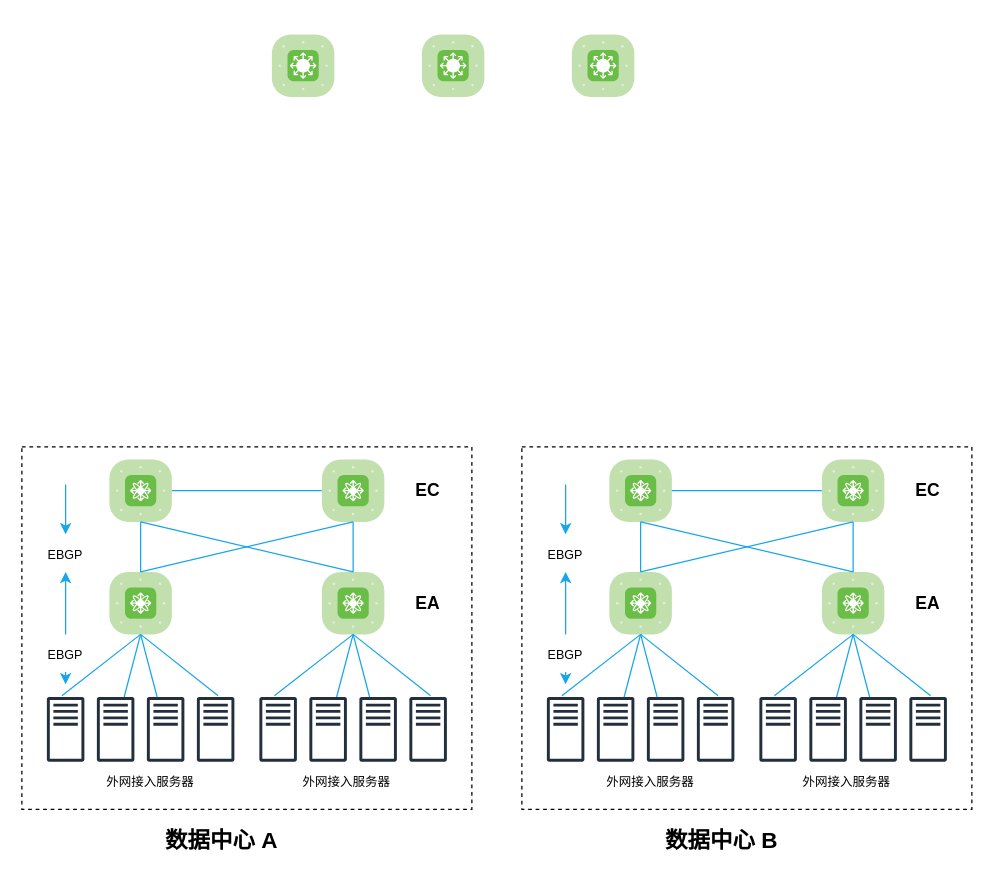
yangxingwu/diagrams4notes keeps this draw.io diagram as internet exchange.drawio. Above is the earlier version. Source tidied: cells renumbered, new cells numbered last; positions are measured from the earlier drawing's top-left corner, leaving out a move shared by most shapes. Both pictures are drawn from the tidied source at 125%, with x=0, y=0 at pixel (21, 34).
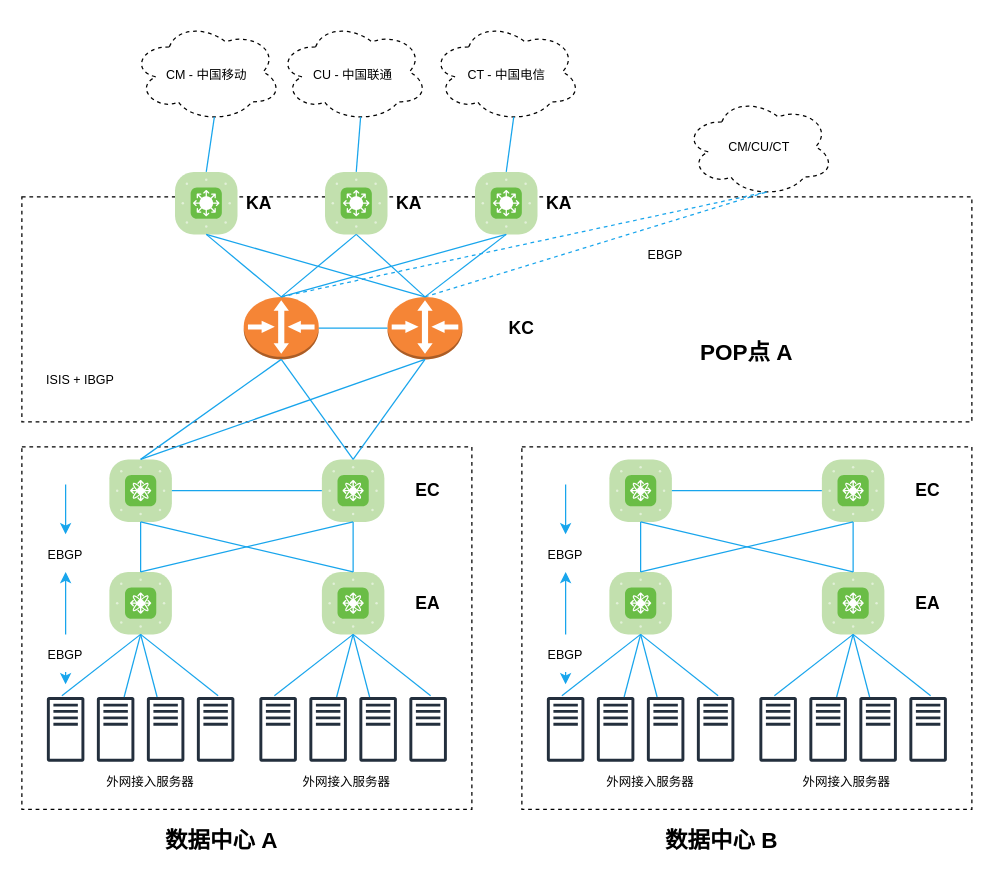
Above is the later version.

Unchanged cells that the change refers to:
```xml
<mxCell id="24" style="verticalLabelPosition=bottom;sketch=0;html=1;fillColor=#6ABD46;strokeColor=#ffffff;verticalAlign=top;align=center;points=[[0.085,0.085,0],[0.915,0.085,0],[0.915,0.915,0],[0.085,0.915,0],[0.25,0,0],[0.5,0,0],[0.75,0,0],[1,0.25,0],[1,0.5,0],[1,0.75,0],[0.75,1,0],[0.5,1,0],[0.25,1,0],[0,0.75,0],[0,0.5,0],[0,0.25,0]];shape=mxgraph.cisco_safe.compositeIcon;bgIcon=mxgraph.cisco_safe.architecture.generic_appliance;resIcon=mxgraph.cisco_safe.architecture.fabric_switch;" parent="1" vertex="1">
  <mxGeometry x="70" y="340" width="50" height="50" as="geometry" />
</mxCell>
<mxCell id="25" style="verticalLabelPosition=bottom;sketch=0;html=1;fillColor=#6ABD46;strokeColor=#ffffff;verticalAlign=top;align=center;points=[[0.085,0.085,0],[0.915,0.085,0],[0.915,0.915,0],[0.085,0.915,0],[0.25,0,0],[0.5,0,0],[0.75,0,0],[1,0.25,0],[1,0.5,0],[1,0.75,0],[0.75,1,0],[0.5,1,0],[0.25,1,0],[0,0.75,0],[0,0.5,0],[0,0.25,0]];shape=mxgraph.cisco_safe.compositeIcon;bgIcon=mxgraph.cisco_safe.architecture.generic_appliance;resIcon=mxgraph.cisco_safe.architecture.fabric_switch;" parent="1" vertex="1">
  <mxGeometry x="240" y="340" width="50" height="50" as="geometry" />
</mxCell>
```

The edit, as a diff of the source:
```diff
@@
+    <mxCell id="81" style="rounded=0;whiteSpace=wrap;html=1;dashed=1;fontSize=18;" parent="1" vertex="1">
+      <mxGeometry y="130" width="760" height="180" as="geometry" />
+    </mxCell>
@@
     <mxCell id="78" style="verticalLabelPosition=bottom;sketch=0;html=1;fillColor=#6ABD46;strokeColor=#ffffff;verticalAlign=top;align=center;points=[[0.085,0.085,0],[0.915,0.085,0],[0.915,0.915,0],[0.085,0.915,0],[0.25,0,0],[0.5,0,0],[0.75,0,0],[1,0.25,0],[1,0.5,0],[1,0.75,0],[0.75,1,0],[0.5,1,0],[0.25,1,0],[0,0.75,0],[0,0.5,0],[0,0.25,0]];shape=mxgraph.cisco_safe.compositeIcon;bgIcon=mxgraph.cisco_safe.architecture.generic_appliance;resIcon=mxgraph.cisco_safe.architecture.l3_switch;rounded=0;dashed=1;fontSize=18;" parent="1" vertex="1">
-      <mxGeometry x="200" width="50" height="50" as="geometry" />
+      <mxGeometry x="122.5" y="110" width="50" height="50" as="geometry" />
     </mxCell>
     <mxCell id="79" style="verticalLabelPosition=bottom;sketch=0;html=1;fillColor=#6ABD46;strokeColor=#ffffff;verticalAlign=top;align=center;points=[[0.085,0.085,0],[0.915,0.085,0],[0.915,0.915,0],[0.085,0.915,0],[0.25,0,0],[0.5,0,0],[0.75,0,0],[1,0.25,0],[1,0.5,0],[1,0.75,0],[0.75,1,0],[0.5,1,0],[0.25,1,0],[0,0.75,0],[0,0.5,0],[0,0.25,0]];shape=mxgraph.cisco_safe.compositeIcon;bgIcon=mxgraph.cisco_safe.architecture.generic_appliance;resIcon=mxgraph.cisco_safe.architecture.l3_switch;rounded=0;dashed=1;fontSize=18;" parent="1" vertex="1">
-      <mxGeometry x="320" width="50" height="50" as="geometry" />
+      <mxGeometry x="242.5" y="110" width="50" height="50" as="geometry" />
     </mxCell>
     <mxCell id="80" style="verticalLabelPosition=bottom;sketch=0;html=1;fillColor=#6ABD46;strokeColor=#ffffff;verticalAlign=top;align=center;points=[[0.085,0.085,0],[0.915,0.085,0],[0.915,0.915,0],[0.085,0.915,0],[0.25,0,0],[0.5,0,0],[0.75,0,0],[1,0.25,0],[1,0.5,0],[1,0.75,0],[0.75,1,0],[0.5,1,0],[0.25,1,0],[0,0.75,0],[0,0.5,0],[0,0.25,0]];shape=mxgraph.cisco_safe.compositeIcon;bgIcon=mxgraph.cisco_safe.architecture.generic_appliance;resIcon=mxgraph.cisco_safe.architecture.l3_switch;rounded=0;dashed=1;fontSize=18;" parent="1" vertex="1">
-      <mxGeometry x="440" width="50" height="50" as="geometry" />
+      <mxGeometry x="362.5" y="110" width="50" height="50" as="geometry" />
     </mxCell>
+    <mxCell id="82" value="&lt;b&gt;&lt;font style=&quot;font-size: 14px;&quot;&gt;KA&lt;/font&gt;&lt;/b&gt;" style="text;html=1;strokeColor=none;fillColor=none;align=center;verticalAlign=middle;whiteSpace=wrap;rounded=0;" parent="1" vertex="1">
+      <mxGeometry x="160" y="120" width="60" height="30" as="geometry" />
+    </mxCell>
+    <mxCell id="83" value="&lt;b&gt;&lt;font style=&quot;font-size: 14px;&quot;&gt;KA&lt;/font&gt;&lt;/b&gt;" style="text;html=1;strokeColor=none;fillColor=none;align=center;verticalAlign=middle;whiteSpace=wrap;rounded=0;" parent="1" vertex="1">
+      <mxGeometry x="280" y="120" width="60" height="30" as="geometry" />
+    </mxCell>
+    <mxCell id="84" value="&lt;b&gt;&lt;font style=&quot;font-size: 14px;&quot;&gt;KA&lt;/font&gt;&lt;/b&gt;" style="text;html=1;strokeColor=none;fillColor=none;align=center;verticalAlign=middle;whiteSpace=wrap;rounded=0;" parent="1" vertex="1">
+      <mxGeometry x="400" y="120" width="60" height="30" as="geometry" />
+    </mxCell>
+    <mxCell id="85" style="outlineConnect=0;dashed=0;verticalLabelPosition=bottom;verticalAlign=top;align=center;html=1;shape=mxgraph.aws3.router;fillColor=#F58536;gradientColor=none;rounded=0;fontSize=18;" parent="1" vertex="1">
+      <mxGeometry x="177.5" y="210" width="60" height="50" as="geometry" />
+    </mxCell>
+    <mxCell id="86" style="outlineConnect=0;dashed=0;verticalLabelPosition=bottom;verticalAlign=top;align=center;html=1;shape=mxgraph.aws3.router;fillColor=#F58536;gradientColor=none;rounded=0;fontSize=18;" parent="1" vertex="1">
+      <mxGeometry x="292.5" y="210" width="60" height="50" as="geometry" />
+    </mxCell>
+    <mxCell id="87" style="endArrow=none;html=1;rounded=0;strokeColor=#18a5ec;fontSize=18;entryX=0.5;entryY=1;entryDx=0;entryDy=0;entryPerimeter=0;exitX=0.5;exitY=0;exitDx=0;exitDy=0;exitPerimeter=0;" parent="1" edge="1" source="85" target="78">
+      <mxGeometry relative="1" as="geometry" />
+    </mxCell>
+    <mxCell id="88" style="endArrow=none;html=1;rounded=0;strokeColor=#18a5ec;fontSize=18;entryX=0.5;entryY=1;entryDx=0;entryDy=0;entryPerimeter=0;exitX=0.5;exitY=0;exitDx=0;exitDy=0;exitPerimeter=0;" parent="1" edge="1" source="86" target="78">
+      <mxGeometry relative="1" as="geometry" />
+    </mxCell>
+    <mxCell id="89" style="endArrow=none;html=1;rounded=0;strokeColor=#18a5ec;fontSize=18;entryX=0.5;entryY=1;entryDx=0;entryDy=0;entryPerimeter=0;exitX=0.5;exitY=0;exitDx=0;exitDy=0;exitPerimeter=0;" parent="1" edge="1" source="85" target="80">
+      <mxGeometry relative="1" as="geometry" />
+    </mxCell>
+    <mxCell id="90" style="endArrow=none;html=1;rounded=0;strokeColor=#18a5ec;fontSize=18;entryX=0.5;entryY=1;entryDx=0;entryDy=0;entryPerimeter=0;exitX=0.5;exitY=0;exitDx=0;exitDy=0;exitPerimeter=0;" parent="1" edge="1" source="85" target="79">
+      <mxGeometry relative="1" as="geometry" />
+    </mxCell>
+    <mxCell id="91" style="endArrow=none;html=1;rounded=0;strokeColor=#18a5ec;fontSize=18;entryX=0.5;entryY=1;entryDx=0;entryDy=0;entryPerimeter=0;" parent="1" edge="1" target="79">
+      <mxGeometry relative="1" as="geometry">
+        <mxPoint x="322.5" y="210" as="sourcePoint" />
+      </mxGeometry>
+    </mxCell>
+    <mxCell id="92" style="endArrow=none;html=1;rounded=0;strokeColor=#18a5ec;fontSize=18;entryX=0.5;entryY=1;entryDx=0;entryDy=0;entryPerimeter=0;" parent="1" edge="1" target="80">
+      <mxGeometry relative="1" as="geometry">
+        <mxPoint x="322.5" y="210" as="sourcePoint" />
+      </mxGeometry>
+    </mxCell>
+    <mxCell id="93" style="endArrow=none;html=1;rounded=0;strokeColor=#18a5ec;fontSize=18;entryX=0;entryY=0.5;entryDx=0;entryDy=0;entryPerimeter=0;exitX=1;exitY=0.5;exitDx=0;exitDy=0;exitPerimeter=0;" parent="1" edge="1" source="85" target="86">
+      <mxGeometry relative="1" as="geometry" />
+    </mxCell>
+    <mxCell id="94" style="endArrow=none;html=1;rounded=0;strokeColor=#18a5ec;fontSize=18;entryX=0.5;entryY=1;entryDx=0;entryDy=0;entryPerimeter=0;exitX=0.5;exitY=0;exitDx=0;exitDy=0;exitPerimeter=0;" parent="1" edge="1" source="24" target="85">
+      <mxGeometry relative="1" as="geometry" />
+    </mxCell>
+    <mxCell id="95" style="endArrow=none;html=1;rounded=0;strokeColor=#18a5ec;fontSize=18;entryX=0.5;entryY=1;entryDx=0;entryDy=0;entryPerimeter=0;exitX=0.5;exitY=0;exitDx=0;exitDy=0;exitPerimeter=0;" parent="1" edge="1" source="25" target="85">
+      <mxGeometry relative="1" as="geometry" />
+    </mxCell>
+    <mxCell id="96" style="endArrow=none;html=1;rounded=0;strokeColor=#18a5ec;fontSize=18;entryX=0.5;entryY=1;entryDx=0;entryDy=0;entryPerimeter=0;exitX=0.5;exitY=0;exitDx=0;exitDy=0;exitPerimeter=0;" parent="1" edge="1" source="25" target="86">
+      <mxGeometry relative="1" as="geometry" />
+    </mxCell>
+    <mxCell id="97" style="endArrow=none;html=1;rounded=0;strokeColor=#18a5ec;fontSize=18;entryX=0.5;entryY=1;entryDx=0;entryDy=0;entryPerimeter=0;exitX=0.5;exitY=0;exitDx=0;exitDy=0;exitPerimeter=0;" parent="1" edge="1" source="24" target="86">
+      <mxGeometry relative="1" as="geometry" />
+    </mxCell>
+    <mxCell id="98" value="&lt;font style=&quot;font-size: 10px;&quot;&gt;ISIS + IBGP&lt;/font&gt;" style="text;html=1;strokeColor=none;fillColor=none;align=center;verticalAlign=middle;whiteSpace=wrap;rounded=0;fontSize=14;" parent="1" vertex="1">
+      <mxGeometry x="12.5" y="260" width="67.5" height="30" as="geometry" />
+    </mxCell>
+    <mxCell id="99" value="&lt;b&gt;&lt;font style=&quot;font-size: 14px;&quot;&gt;KC&lt;/font&gt;&lt;/b&gt;" style="text;html=1;strokeColor=none;fillColor=none;align=center;verticalAlign=middle;whiteSpace=wrap;rounded=0;" parent="1" vertex="1">
+      <mxGeometry x="370" y="220" width="60" height="30" as="geometry" />
+    </mxCell>
+    <mxCell id="100" value="&lt;font style=&quot;font-size: 10px;&quot;&gt;CM - 中国移动&lt;/font&gt;" style="ellipse;shape=cloud;whiteSpace=wrap;html=1;rounded=0;dashed=1;fontSize=18;" parent="1" vertex="1">
+      <mxGeometry x="88" y="-10" width="120" height="80" as="geometry" />
+    </mxCell>
+    <mxCell id="101" value="&lt;font style=&quot;font-size: 10px;&quot;&gt;CU - 中国联通&lt;/font&gt;" style="ellipse;shape=cloud;whiteSpace=wrap;html=1;rounded=0;dashed=1;fontSize=18;" parent="1" vertex="1">
+      <mxGeometry x="205" y="-10" width="120" height="80" as="geometry" />
+    </mxCell>
+    <mxCell id="102" value="&lt;font style=&quot;font-size: 10px;&quot;&gt;CT - 中国电信&lt;/font&gt;" style="ellipse;shape=cloud;whiteSpace=wrap;html=1;rounded=0;dashed=1;fontSize=18;" parent="1" vertex="1">
+      <mxGeometry x="327.5" y="-10" width="120" height="80" as="geometry" />
+    </mxCell>
+    <mxCell id="103" style="endArrow=none;html=1;rounded=0;strokeColor=#18a5ec;fontSize=10;entryX=0.55;entryY=0.95;entryDx=0;entryDy=0;entryPerimeter=0;exitX=0.5;exitY=0;exitDx=0;exitDy=0;exitPerimeter=0;" parent="1" edge="1" source="79" target="101">
+      <mxGeometry relative="1" as="geometry" />
+    </mxCell>
+    <mxCell id="104" style="endArrow=none;html=1;rounded=0;strokeColor=#18a5ec;fontSize=10;entryX=0.55;entryY=0.95;entryDx=0;entryDy=0;entryPerimeter=0;exitX=0.5;exitY=0;exitDx=0;exitDy=0;exitPerimeter=0;" parent="1" edge="1" source="80" target="102">
+      <mxGeometry relative="1" as="geometry" />
+    </mxCell>
+    <mxCell id="105" style="endArrow=none;html=1;rounded=0;strokeColor=#18a5ec;fontSize=10;entryX=0.55;entryY=0.95;entryDx=0;entryDy=0;entryPerimeter=0;exitX=0.5;exitY=0;exitDx=0;exitDy=0;exitPerimeter=0;" parent="1" edge="1" source="78" target="100">
+      <mxGeometry relative="1" as="geometry" />
+    </mxCell>
+    <mxCell id="106" value="CM/CU/CT" style="ellipse;shape=cloud;whiteSpace=wrap;html=1;rounded=0;dashed=1;fontSize=10;" parent="1" vertex="1">
+      <mxGeometry x="530" y="50" width="120" height="80" as="geometry" />
+    </mxCell>
+    <mxCell id="107" style="endArrow=none;html=1;rounded=0;strokeColor=#18a5ec;fontSize=10;entryX=0.55;entryY=0.95;entryDx=0;entryDy=0;entryPerimeter=0;exitX=0.5;exitY=0;exitDx=0;exitDy=0;exitPerimeter=0;dashed=1;" parent="1" edge="1" source="85" target="106">
+      <mxGeometry relative="1" as="geometry" />
+    </mxCell>
+    <mxCell id="108" style="endArrow=none;html=1;rounded=0;dashed=1;strokeColor=#18a5ec;fontSize=10;entryX=0.55;entryY=0.95;entryDx=0;entryDy=0;entryPerimeter=0;exitX=0.5;exitY=0;exitDx=0;exitDy=0;exitPerimeter=0;" parent="1" edge="1" source="86" target="106">
+      <mxGeometry relative="1" as="geometry" />
+    </mxCell>
+    <mxCell id="109" value="&lt;font style=&quot;font-size: 10px;&quot;&gt;EBGP&lt;/font&gt;" style="text;html=1;strokeColor=none;fillColor=none;align=center;verticalAlign=middle;whiteSpace=wrap;rounded=0;fontSize=14;" parent="1" vertex="1">
+      <mxGeometry x="490" y="160" width="50" height="30" as="geometry" />
+    </mxCell>
+    <mxCell id="110" value="&lt;b&gt;&lt;font style=&quot;font-size: 18px;&quot;&gt;POP点 A&lt;/font&gt;&lt;/b&gt;" style="text;html=1;strokeColor=none;fillColor=none;align=center;verticalAlign=middle;whiteSpace=wrap;rounded=0;fontSize=10;" parent="1" vertex="1">
+      <mxGeometry x="510" y="240" width="140" height="30" as="geometry" />
+    </mxCell>
```
